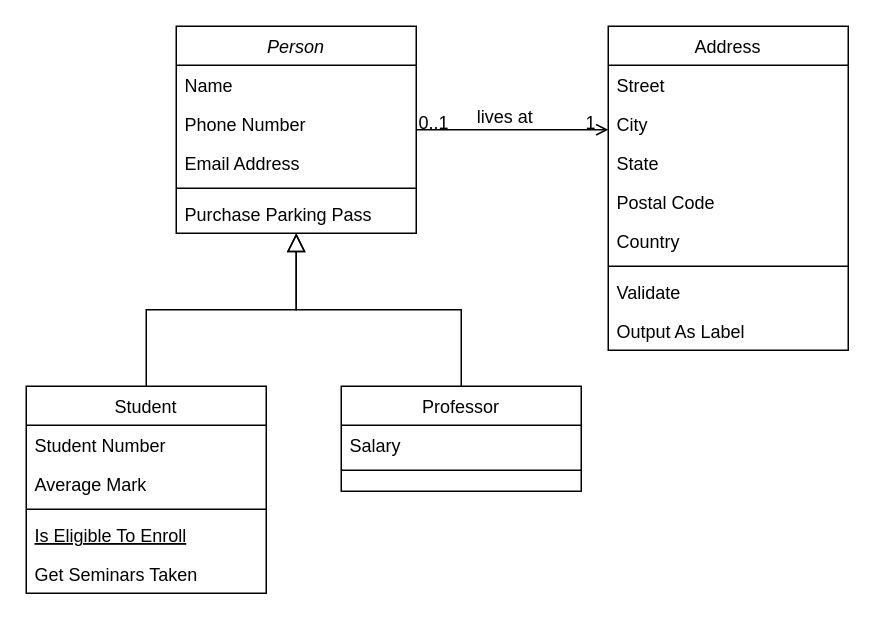
Above: Diagrama sin título.drawio in NeyanPorras/TokenStudio (draw.io), before the change. Source tidied: cells renumbered, new cells numbered last; positions are measured from the earlier drawing's top-left corner, leaving out a move shared by most shapes. Both pictures are drawn from the tidied source at 150%, with x=0, y=0 at pixel (26, 26).
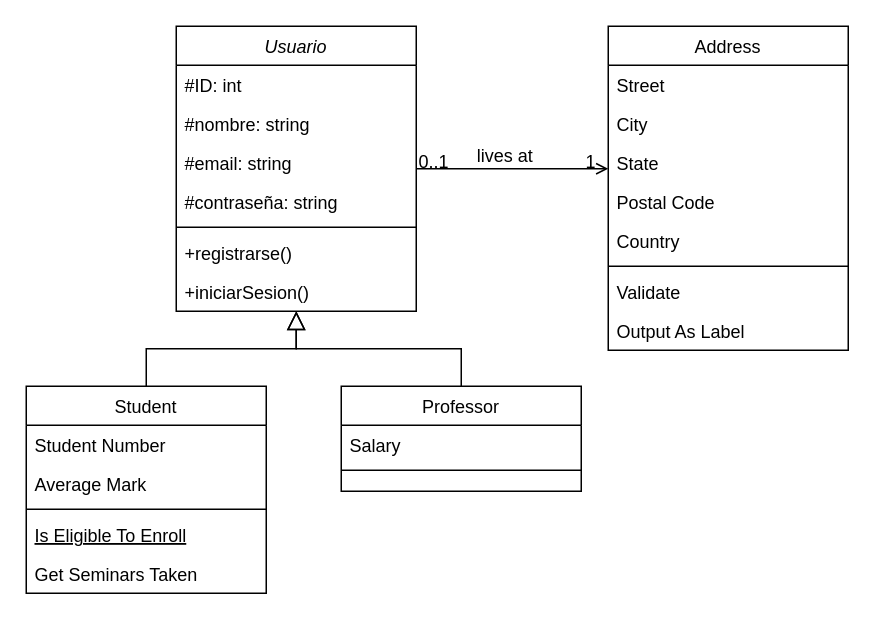
The same diagram, later.

Diff of the diagram source:
```diff
@@
-    <mxCell id="2" value="Person" style="swimlane;fontStyle=2;align=center;verticalAlign=top;horizontal=1;startSize=26;rounded=0;shadow=0;strokeWidth=1;" parent="1" vertex="1">
-      <mxGeometry x="100" width="160" height="138" as="geometry" />
+    <mxCell id="2" value="Usuario" style="swimlane;fontStyle=2;align=center;verticalAlign=top;horizontal=1;startSize=26;rounded=0;shadow=0;strokeWidth=1;" parent="1" vertex="1">
+      <mxGeometry x="100" width="160" height="190" as="geometry" />
     </mxCell>
-    <mxCell id="3" value="Name" style="text;align=left;verticalAlign=top;spacingLeft=4;spacingRight=4;overflow=hidden;" parent="2" vertex="1">
+    <mxCell id="3" value="#ID: int" style="text;align=left;verticalAlign=top;spacingLeft=4;spacingRight=4;overflow=hidden;" parent="2" vertex="1">
       <mxGeometry y="26" width="160" height="26" as="geometry" />
     </mxCell>
-    <mxCell id="4" value="Phone Number" style="text;align=left;verticalAlign=top;spacingLeft=4;spacingRight=4;overflow=hidden;rounded=0;shadow=0;html=0;" parent="2" vertex="1">
+    <mxCell id="4" value="#nombre: string" style="text;align=left;verticalAlign=top;spacingLeft=4;spacingRight=4;overflow=hidden;rounded=0;shadow=0;html=0;" parent="2" vertex="1">
       <mxGeometry y="52" width="160" height="26" as="geometry" />
     </mxCell>
+    <mxCell id="32" value="#email: string&#10;" style="text;align=left;verticalAlign=top;spacingLeft=4;spacingRight=4;overflow=hidden;rounded=0;shadow=0;html=0;" parent="2" vertex="1">
+      <mxGeometry y="78" width="160" height="26" as="geometry" />
+    </mxCell>
-    <mxCell id="5" value="Email Address" style="text;align=left;verticalAlign=top;spacingLeft=4;spacingRight=4;overflow=hidden;rounded=0;shadow=0;html=0;" parent="2" vertex="1">
-      <mxGeometry y="78" width="160" height="26" as="geometry" />
+    <mxCell id="5" value="#contraseña: string" style="text;align=left;verticalAlign=top;spacingLeft=4;spacingRight=4;overflow=hidden;rounded=0;shadow=0;html=0;" parent="2" vertex="1">
+      <mxGeometry y="104" width="160" height="26" as="geometry" />
     </mxCell>
     <mxCell id="6" style="line;html=1;strokeWidth=1;align=left;verticalAlign=middle;spacingTop=-1;spacingLeft=3;spacingRight=3;labelPosition=right;" parent="2" vertex="1">
-      <mxGeometry y="104" width="160" height="8" as="geometry" />
+      <mxGeometry y="130" width="160" height="8" as="geometry" />
     </mxCell>
+    <mxCell id="33" value="+registrarse()&#10;" style="text;align=left;verticalAlign=top;spacingLeft=4;spacingRight=4;overflow=hidden;" parent="2" vertex="1">
+      <mxGeometry y="138" width="160" height="26" as="geometry" />
+    </mxCell>
-    <mxCell id="7" value="Purchase Parking Pass" style="text;align=left;verticalAlign=top;spacingLeft=4;spacingRight=4;overflow=hidden;" parent="2" vertex="1">
-      <mxGeometry y="112" width="160" height="26" as="geometry" />
+    <mxCell id="7" value="+iniciarSesion()" style="text;align=left;verticalAlign=top;spacingLeft=4;spacingRight=4;overflow=hidden;" parent="2" vertex="1">
+      <mxGeometry y="164" width="160" height="26" as="geometry" />
     </mxCell>
```
